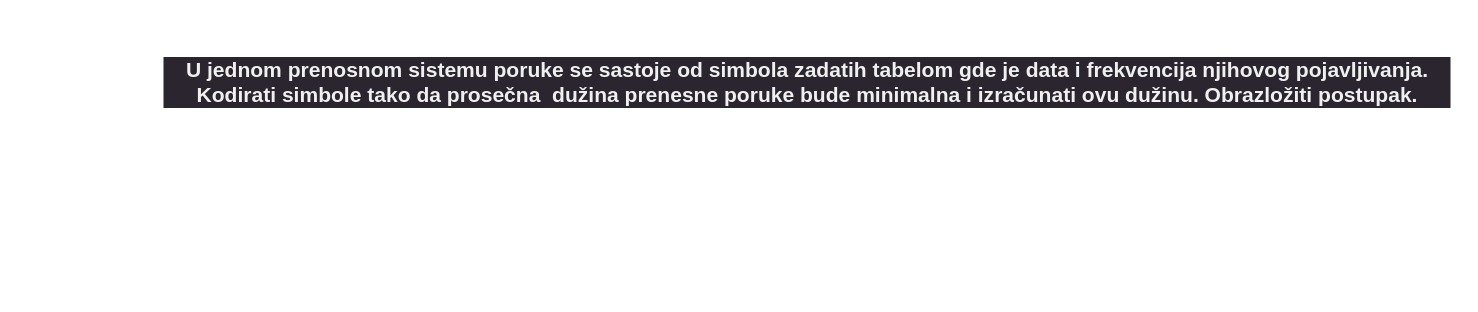
Above: Jun 2023/7.drawio in Erten00/AISP (draw.io), before the change. Source tidied: cells renumbered, new cells numbered last; positions are measured from the earlier drawing's top-left corner, leaving out a move shared by most shapes. Both pictures are drawn from the tidied source at 150%, with x=0, y=0 at pixel (160, 26).
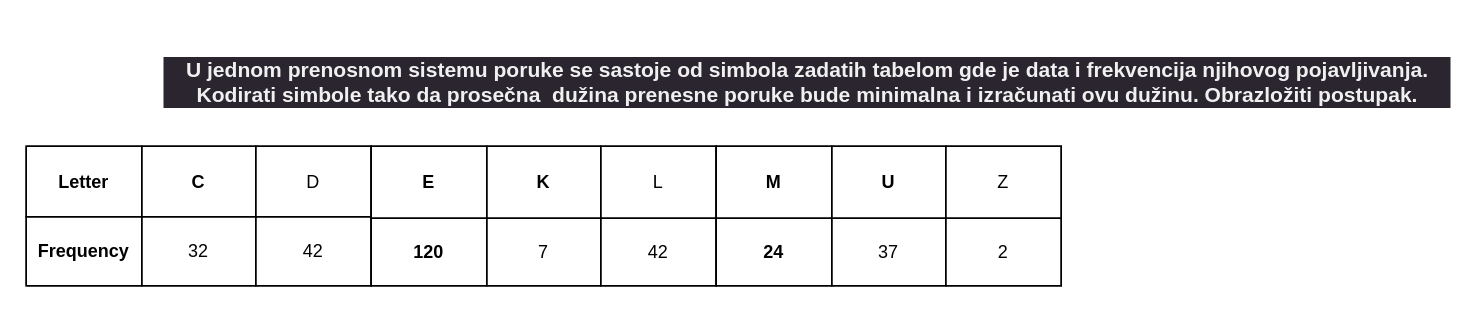
Above is the later version.

What changed in the source:
```diff
@@
+    <mxCell id="3" style="childLayout=tableLayout;shadow=0;fillColor=none;" parent="1" vertex="1">
+      <mxGeometry x="-90" y="80" width="230" height="93" as="geometry" />
+    </mxCell>
+    <mxCell id="4" style="shape=tableRow;horizontal=0;startSize=0;swimlaneHead=0;swimlaneBody=0;top=0;left=0;bottom=0;right=0;fontStyle=0;fillColor=none;strokeColor=inherit;" parent="3" vertex="1">
+      <mxGeometry width="230" height="47" as="geometry" />
+    </mxCell>
+    <mxCell id="5" value="&lt;b&gt;Letter&lt;/b&gt;" style="strokeColor=inherit;fillColor=none;align=center;whiteSpace=wrap;html=1;" parent="4" vertex="1">
+      <mxGeometry width="77" height="47" as="geometry" />
+    </mxCell>
+    <mxCell id="6" value="&lt;b&gt;C&lt;/b&gt;" style="strokeColor=inherit;fillColor=none;align=center;whiteSpace=wrap;html=1;" parent="4" vertex="1">
+      <mxGeometry x="77" width="76" height="47" as="geometry" />
+    </mxCell>
+    <mxCell id="7" value="D" style="strokeColor=inherit;fillColor=none;align=center;whiteSpace=wrap;html=1;" parent="4" vertex="1">
+      <mxGeometry x="153" width="77" height="47" as="geometry" />
+    </mxCell>
+    <mxCell id="8" style="shape=tableRow;horizontal=0;startSize=0;swimlaneHead=0;swimlaneBody=0;top=0;left=0;bottom=0;right=0;fontStyle=0;fillColor=none;strokeColor=inherit;" parent="3" vertex="1">
+      <mxGeometry y="47" width="230" height="46" as="geometry" />
+    </mxCell>
+    <mxCell id="9" value="&lt;b&gt;Frequency&lt;/b&gt;" style="strokeColor=inherit;fillColor=none;align=center;whiteSpace=wrap;html=1;" parent="8" vertex="1">
+      <mxGeometry width="77" height="46" as="geometry" />
+    </mxCell>
+    <mxCell id="10" value="32" style="strokeColor=inherit;fillColor=none;align=center;whiteSpace=wrap;html=1;" parent="8" vertex="1">
+      <mxGeometry x="77" width="76" height="46" as="geometry" />
+    </mxCell>
+    <mxCell id="11" value="42" style="strokeColor=inherit;fillColor=none;align=center;whiteSpace=wrap;html=1;" parent="8" vertex="1">
+      <mxGeometry x="153" width="77" height="46" as="geometry" />
+    </mxCell>
+    <mxCell id="12" style="edgeStyle=none;html=1;" parent="1" edge="1" source="13" target="22">
+      <mxGeometry relative="1" as="geometry" />
+    </mxCell>
+    <mxCell id="13" style="childLayout=tableLayout;shadow=0;fillColor=none;" parent="1" vertex="1">
+      <mxGeometry x="140" y="80" width="230" height="93" as="geometry" />
+    </mxCell>
+    <mxCell id="14" style="shape=tableRow;horizontal=0;startSize=0;swimlaneHead=0;swimlaneBody=0;top=0;left=0;bottom=0;right=0;fontStyle=0;fillColor=none;strokeColor=inherit;" parent="13" vertex="1">
+      <mxGeometry width="230" height="48" as="geometry" />
+    </mxCell>
+    <mxCell id="15" value="&lt;b&gt;E&lt;/b&gt;" style="strokeColor=inherit;fillColor=none;align=center;whiteSpace=wrap;html=1;" parent="14" vertex="1">
+      <mxGeometry width="77" height="48" as="geometry" />
+    </mxCell>
+    <mxCell id="16" value="&lt;b&gt;K&lt;/b&gt;" style="strokeColor=inherit;fillColor=none;align=center;whiteSpace=wrap;html=1;" parent="14" vertex="1">
+      <mxGeometry x="77" width="76" height="48" as="geometry" />
+    </mxCell>
+    <mxCell id="17" value="L" style="strokeColor=inherit;fillColor=none;align=center;whiteSpace=wrap;html=1;" parent="14" vertex="1">
+      <mxGeometry x="153" width="77" height="48" as="geometry" />
+    </mxCell>
+    <mxCell id="18" style="shape=tableRow;horizontal=0;startSize=0;swimlaneHead=0;swimlaneBody=0;top=0;left=0;bottom=0;right=0;fontStyle=0;fillColor=none;strokeColor=inherit;" parent="13" vertex="1">
+      <mxGeometry y="48" width="230" height="45" as="geometry" />
+    </mxCell>
+    <mxCell id="19" value="&lt;b&gt;120&lt;/b&gt;" style="strokeColor=inherit;fillColor=none;align=center;whiteSpace=wrap;html=1;" parent="18" vertex="1">
+      <mxGeometry width="77" height="45" as="geometry" />
+    </mxCell>
+    <mxCell id="20" value="7" style="strokeColor=inherit;fillColor=none;align=center;whiteSpace=wrap;html=1;" parent="18" vertex="1">
+      <mxGeometry x="77" width="76" height="45" as="geometry" />
+    </mxCell>
+    <mxCell id="21" value="42" style="strokeColor=inherit;fillColor=none;align=center;whiteSpace=wrap;html=1;" parent="18" vertex="1">
+      <mxGeometry x="153" width="77" height="45" as="geometry" />
+    </mxCell>
+    <mxCell id="22" style="childLayout=tableLayout;shadow=0;fillColor=none;" parent="1" vertex="1">
+      <mxGeometry x="370" y="80" width="230" height="93" as="geometry" />
+    </mxCell>
+    <mxCell id="23" style="shape=tableRow;horizontal=0;startSize=0;swimlaneHead=0;swimlaneBody=0;top=0;left=0;bottom=0;right=0;fontStyle=0;fillColor=none;strokeColor=inherit;" parent="22" vertex="1">
+      <mxGeometry width="230" height="48" as="geometry" />
+    </mxCell>
+    <mxCell id="24" value="&lt;b&gt;M&lt;/b&gt;" style="strokeColor=inherit;fillColor=none;align=center;whiteSpace=wrap;html=1;" parent="23" vertex="1">
+      <mxGeometry width="77" height="48" as="geometry" />
+    </mxCell>
+    <mxCell id="25" value="&lt;b&gt;U&lt;/b&gt;" style="strokeColor=inherit;fillColor=none;align=center;whiteSpace=wrap;html=1;" parent="23" vertex="1">
+      <mxGeometry x="77" width="76" height="48" as="geometry" />
+    </mxCell>
+    <mxCell id="26" value="Z" style="strokeColor=inherit;fillColor=none;align=center;whiteSpace=wrap;html=1;" parent="23" vertex="1">
+      <mxGeometry x="153" width="77" height="48" as="geometry" />
+    </mxCell>
+    <mxCell id="27" style="shape=tableRow;horizontal=0;startSize=0;swimlaneHead=0;swimlaneBody=0;top=0;left=0;bottom=0;right=0;fontStyle=0;fillColor=none;strokeColor=inherit;" parent="22" vertex="1">
+      <mxGeometry y="48" width="230" height="45" as="geometry" />
+    </mxCell>
+    <mxCell id="28" value="&lt;b&gt;24&lt;/b&gt;" style="strokeColor=inherit;fillColor=none;align=center;whiteSpace=wrap;html=1;" parent="27" vertex="1">
+      <mxGeometry width="77" height="45" as="geometry" />
+    </mxCell>
+    <mxCell id="29" value="37" style="strokeColor=inherit;fillColor=none;align=center;whiteSpace=wrap;html=1;" parent="27" vertex="1">
+      <mxGeometry x="77" width="76" height="45" as="geometry" />
+    </mxCell>
+    <mxCell id="30" value="2" style="strokeColor=inherit;fillColor=none;align=center;whiteSpace=wrap;html=1;" parent="27" vertex="1">
+      <mxGeometry x="153" width="77" height="45" as="geometry" />
+    </mxCell>
```
